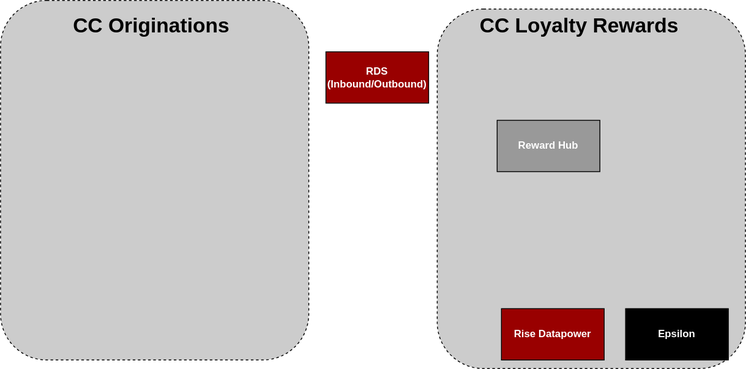
This is Work Samples/WF/Cards Product Architecture.drawio.svg from uchiharizvi/design-diagrams, a draw.io export, as it was before one commit. Source tidied: cells renumbered, new cells last; positions are measured from the earlier drawing's top-left corner, leaving out a move shared by most shapes. The source it was exported from:
```xml
<mxGraphModel>
  <root>
    <mxCell id="0" />
    <mxCell id="1" parent="0" />
    <mxCell id="2" style="rounded=1;whiteSpace=wrap;html=1;dashed=1;fillColor=#CCCCCC;" parent="1" vertex="1">
      <mxGeometry x="510" y="10" width="360" height="420" as="geometry" />
    </mxCell>
    <mxCell id="3" value="&lt;h1&gt;CC Loyalty Rewards&lt;/h1&gt;" style="text;html=1;spacing=5;spacingTop=-20;whiteSpace=wrap;overflow=hidden;rounded=0;" parent="1" vertex="1">
      <mxGeometry x="555" y="10" width="260" height="40" as="geometry" />
    </mxCell>
    <mxCell id="4" value="Reward Hub" style="rounded=0;whiteSpace=wrap;html=1;fillColor=#999999;fontStyle=1;fontColor=#FFFFFF;" parent="1" vertex="1">
      <mxGeometry x="580" y="140" width="120" height="60" as="geometry" />
    </mxCell>
    <mxCell id="5" value="Rise Datapower" style="rounded=0;whiteSpace=wrap;html=1;fillColor=#990000;fontStyle=1;fontColor=#FFFFFF;" parent="1" vertex="1">
      <mxGeometry x="585" y="360" width="120" height="60" as="geometry" />
    </mxCell>
    <mxCell id="6" value="Epsilon" style="rounded=0;whiteSpace=wrap;html=1;fillColor=#000000;fontStyle=1;fontColor=#FFFFFF;" parent="1" vertex="1">
      <mxGeometry x="730" y="360" width="120" height="60" as="geometry" />
    </mxCell>
    <mxCell id="7" value="RDS (Inbound/Outbound)" style="rounded=0;whiteSpace=wrap;html=1;fillColor=#990000;fontStyle=1;fontColor=#FFFFFF;" parent="1" vertex="1">
      <mxGeometry x="380" y="60" width="120" height="60" as="geometry" />
    </mxCell>
    <mxCell id="8" style="rounded=1;whiteSpace=wrap;html=1;dashed=1;fillColor=#CCCCCC;" parent="1" vertex="1">
      <mxGeometry width="360" height="420" as="geometry" />
    </mxCell>
    <mxCell id="9" value="&lt;h1&gt;CC Originations&lt;/h1&gt;" style="text;html=1;spacing=5;spacingTop=-20;whiteSpace=wrap;overflow=hidden;rounded=0;" parent="1" vertex="1">
      <mxGeometry x="80" y="10" width="200" height="40" as="geometry" />
    </mxCell>
  </root>
</mxGraphModel>
```
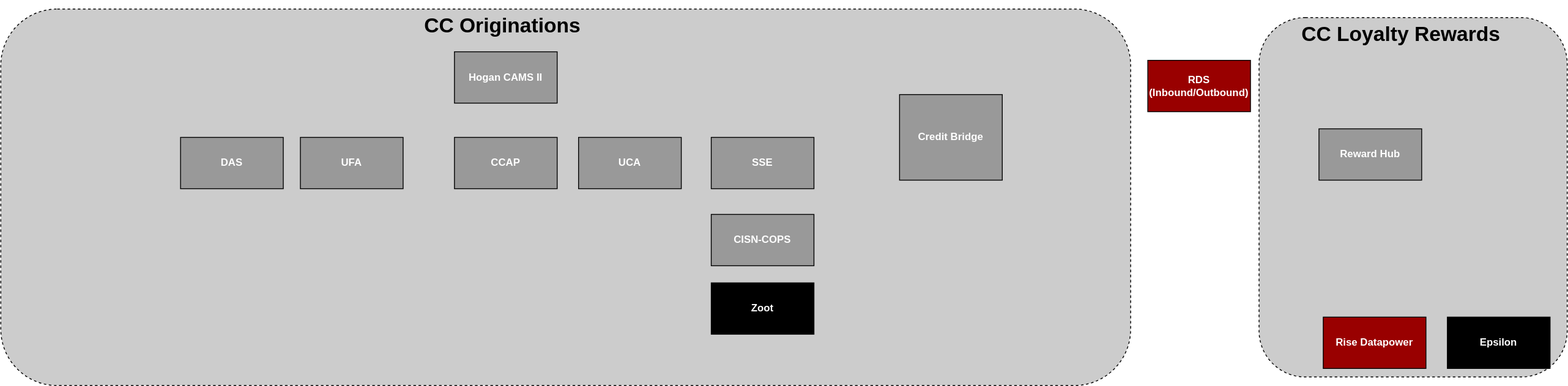
The same diagram one commit later.

Diff of the diagram source:
```diff
@@ -21,10 +21,37 @@
       <mxGeometry x="380" y="60" width="120" height="60" as="geometry" />
     </mxCell>
     <mxCell id="8" style="rounded=1;whiteSpace=wrap;html=1;dashed=1;fillColor=#CCCCCC;" parent="1" vertex="1">
-      <mxGeometry width="360" height="420" as="geometry" />
+      <mxGeometry x="-960" width="1320" height="440" as="geometry" />
     </mxCell>
     <mxCell id="9" value="&lt;h1&gt;CC Originations&lt;/h1&gt;" style="text;html=1;spacing=5;spacingTop=-20;whiteSpace=wrap;overflow=hidden;rounded=0;" parent="1" vertex="1">
-      <mxGeometry x="80" y="10" width="200" height="40" as="geometry" />
+      <mxGeometry x="-470" width="200" height="40" as="geometry" />
     </mxCell>
+    <mxCell id="10" value="Hogan CAMS II" style="rounded=0;whiteSpace=wrap;html=1;fillColor=#999999;fontStyle=1;fontColor=#FFFFFF;" parent="1" vertex="1">
+      <mxGeometry x="-430" y="50" width="120" height="60" as="geometry" />
+    </mxCell>
+    <mxCell id="11" value="DAS" style="rounded=0;whiteSpace=wrap;html=1;fillColor=#999999;fontStyle=1;fontColor=#FFFFFF;" parent="1" vertex="1">
+      <mxGeometry x="-750" y="150" width="120" height="60" as="geometry" />
+    </mxCell>
+    <mxCell id="12" value="UFA" style="rounded=0;whiteSpace=wrap;html=1;fillColor=#999999;fontStyle=1;fontColor=#FFFFFF;" parent="1" vertex="1">
+      <mxGeometry x="-610" y="150" width="120" height="60" as="geometry" />
+    </mxCell>
+    <mxCell id="13" value="CCAP" style="rounded=0;whiteSpace=wrap;html=1;fillColor=#999999;fontStyle=1;fontColor=#FFFFFF;" parent="1" vertex="1">
+      <mxGeometry x="-430" y="150" width="120" height="60" as="geometry" />
+    </mxCell>
+    <mxCell id="14" value="UCA" style="rounded=0;whiteSpace=wrap;html=1;fillColor=#999999;fontStyle=1;fontColor=#FFFFFF;" parent="1" vertex="1">
+      <mxGeometry x="-285" y="150" width="120" height="60" as="geometry" />
+    </mxCell>
+    <mxCell id="15" value="SSE" style="rounded=0;whiteSpace=wrap;html=1;fillColor=#999999;fontStyle=1;fontColor=#FFFFFF;" parent="1" vertex="1">
+      <mxGeometry x="-130" y="150" width="120" height="60" as="geometry" />
+    </mxCell>
+    <mxCell id="16" value="Credit Bridge" style="rounded=0;whiteSpace=wrap;html=1;fillColor=#999999;fontStyle=1;fontColor=#FFFFFF;" parent="1" vertex="1">
+      <mxGeometry x="90" y="100" width="120" height="100" as="geometry" />
+    </mxCell>
+    <mxCell id="17" value="CISN-COPS" style="rounded=0;whiteSpace=wrap;html=1;fillColor=#999999;fontStyle=1;fontColor=#FFFFFF;" parent="1" vertex="1">
+      <mxGeometry x="-130" y="240" width="120" height="60" as="geometry" />
+    </mxCell>
+    <mxCell id="18" value="Zoot" style="rounded=0;whiteSpace=wrap;html=1;fillColor=#000000;fontStyle=1;fontColor=#FFFFFF;" parent="1" vertex="1">
+      <mxGeometry x="-130" y="320" width="120" height="60" as="geometry" />
+    </mxCell>
   </root>
 </mxGraphModel>
```
